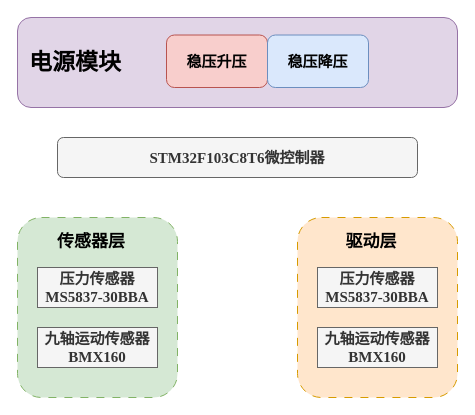
Before: 主板设计.drawio in chiguaren3/drawio_project, a draw.io diagram. Source tidied: cells renumbered, new cells numbered last; positions are measured from the earlier drawing's top-left corner, leaving out a move shared by most shapes. Both pictures are drawn from the tidied source at 100%, with x=0, y=0 at pixel (17, 17).
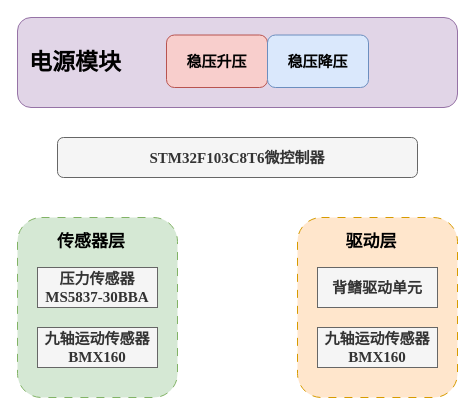
The same page after the edit.

Commit message (it also covers changes not shown here):
更新主板设计.drawio

Change to the diagram source:
```diff
@@
 <mxGraphModel>
   <root>
     <mxCell id="0" />
     <mxCell id="1" parent="0" />
     <mxCell id="2" style="rounded=1;whiteSpace=wrap;html=1;fillColor=#d5e8d4;strokeColor=#82b366;dashed=1;dashPattern=8 8;" parent="1" vertex="1">
       <mxGeometry y="200" width="160" height="180" as="geometry" />
     </mxCell>
     <mxCell id="3" value="&lt;font face=&quot;宋体&quot;&gt;&amp;nbsp; &amp;nbsp;&lt;b&gt;&lt;font style=&quot;font-size: 23px;&quot;&gt;电源模块&lt;/font&gt;&lt;/b&gt;&lt;/font&gt;" style="rounded=1;whiteSpace=wrap;html=1;align=left;fillColor=#e1d5e7;strokeColor=#9673a6;" parent="1" vertex="1">
       <mxGeometry width="440" height="90" as="geometry" />
     </mxCell>
     <mxCell id="4" value="&lt;font style=&quot;font-size: 15px;&quot; face=&quot;宋体&quot;&gt;&lt;b style=&quot;&quot;&gt;稳压升压&lt;/b&gt;&lt;/font&gt;" style="rounded=1;whiteSpace=wrap;html=1;fillColor=#f8cecc;strokeColor=#b85450;" parent="1" vertex="1">
       <mxGeometry x="149" y="17.5" width="101" height="52.5" as="geometry" />
     </mxCell>
     <mxCell id="5" value="&lt;font style=&quot;font-size: 15px;&quot; face=&quot;宋体&quot;&gt;&lt;b style=&quot;&quot;&gt;稳压降压&lt;/b&gt;&lt;/font&gt;" style="rounded=1;whiteSpace=wrap;html=1;fillColor=#dae8fc;strokeColor=#6c8ebf;" parent="1" vertex="1">
       <mxGeometry x="250" y="17.5" width="101" height="52.5" as="geometry" />
     </mxCell>
     <mxCell id="6" value="&lt;font style=&quot;font-size: 15px;&quot;&gt;&lt;b style=&quot;&quot;&gt;&lt;font face=&quot;Times New Roman&quot;&gt;STM32F103C8T6&lt;/font&gt;&lt;font face=&quot;宋体&quot;&gt;微控制器&lt;/font&gt;&lt;/b&gt;&lt;/font&gt;" style="rounded=1;whiteSpace=wrap;html=1;fillColor=#f5f5f5;fontColor=#333333;strokeColor=#666666;" parent="1" vertex="1">
       <mxGeometry x="40" y="120" width="360" height="40" as="geometry" />
     </mxCell>
     <mxCell id="7" value="&lt;b&gt;&lt;font style=&quot;font-size: 15px;&quot; face=&quot;宋体&quot;&gt;压力传感器&lt;/font&gt;&lt;/b&gt;&lt;div&gt;&lt;font style=&quot;font-size: 15px;&quot; face=&quot;Times New Roman&quot;&gt;&lt;b style=&quot;&quot;&gt;MS5837-30BBA&lt;/b&gt;&lt;/font&gt;&lt;/div&gt;" style="rounded=0;whiteSpace=wrap;html=1;fillColor=#f5f5f5;fontColor=#333333;strokeColor=#666666;" parent="1" vertex="1">
       <mxGeometry x="20" y="250" width="120" height="40" as="geometry" />
     </mxCell>
     <mxCell id="8" value="&lt;font face=&quot;宋体&quot;&gt;&lt;span style=&quot;font-size: 15px;&quot;&gt;&lt;b&gt;九轴运动传感器&lt;/b&gt;&lt;/span&gt;&lt;/font&gt;&lt;br&gt;&lt;div&gt;&lt;font style=&quot;font-size: 15px;&quot; face=&quot;Times New Roman&quot;&gt;&lt;b style=&quot;&quot;&gt;BMX160&lt;/b&gt;&lt;/font&gt;&lt;/div&gt;" style="rounded=0;whiteSpace=wrap;html=1;fillColor=#f5f5f5;fontColor=#333333;strokeColor=#666666;" parent="1" vertex="1">
       <mxGeometry x="20" y="310" width="120" height="40" as="geometry" />
     </mxCell>
     <mxCell id="9" value="&lt;font style=&quot;font-size: 17px;&quot; face=&quot;宋体&quot;&gt;&lt;b style=&quot;&quot;&gt;传感器层&lt;/b&gt;&lt;/font&gt;" style="text;html=1;align=center;verticalAlign=middle;whiteSpace=wrap;rounded=0;" parent="1" vertex="1">
       <mxGeometry x="34" y="210" width="80" height="30" as="geometry" />
     </mxCell>
     <mxCell id="10" style="rounded=1;whiteSpace=wrap;html=1;fillColor=#ffe6cc;strokeColor=#d79b00;dashed=1;dashPattern=8 8;" parent="1" vertex="1">
       <mxGeometry x="280" y="200" width="160" height="180" as="geometry" />
     </mxCell>
-    <mxCell id="11" value="&lt;b&gt;&lt;font style=&quot;font-size: 15px;&quot; face=&quot;宋体&quot;&gt;压力传感器&lt;/font&gt;&lt;/b&gt;&lt;div&gt;&lt;font style=&quot;font-size: 15px;&quot; face=&quot;Times New Roman&quot;&gt;&lt;b style=&quot;&quot;&gt;MS5837-30BBA&lt;/b&gt;&lt;/font&gt;&lt;/div&gt;" style="rounded=0;whiteSpace=wrap;html=1;fillColor=#f5f5f5;fontColor=#333333;strokeColor=#666666;" parent="1" vertex="1">
+    <mxCell id="11" value="&lt;font face=&quot;宋体&quot;&gt;&lt;span style=&quot;font-size: 15px;&quot;&gt;&lt;b&gt;背鳍驱动单元&lt;/b&gt;&lt;/span&gt;&lt;/font&gt;" style="rounded=0;whiteSpace=wrap;html=1;fillColor=#f5f5f5;fontColor=#333333;strokeColor=#666666;" parent="1" vertex="1">
       <mxGeometry x="300" y="250" width="120" height="40" as="geometry" />
     </mxCell>
     <mxCell id="12" value="&lt;font face=&quot;宋体&quot;&gt;&lt;span style=&quot;font-size: 15px;&quot;&gt;&lt;b&gt;九轴运动传感器&lt;/b&gt;&lt;/span&gt;&lt;/font&gt;&lt;br&gt;&lt;div&gt;&lt;font style=&quot;font-size: 15px;&quot; face=&quot;Times New Roman&quot;&gt;&lt;b style=&quot;&quot;&gt;BMX160&lt;/b&gt;&lt;/font&gt;&lt;/div&gt;" style="rounded=0;whiteSpace=wrap;html=1;fillColor=#f5f5f5;fontColor=#333333;strokeColor=#666666;" parent="1" vertex="1">
       <mxGeometry x="300" y="310" width="120" height="40" as="geometry" />
     </mxCell>
     <mxCell id="13" value="&lt;font style=&quot;font-size: 17px;&quot; face=&quot;宋体&quot;&gt;&lt;b style=&quot;&quot;&gt;驱动层&lt;/b&gt;&lt;/font&gt;" style="text;html=1;align=center;verticalAlign=middle;whiteSpace=wrap;rounded=0;" parent="1" vertex="1">
       <mxGeometry x="314" y="210" width="80" height="30" as="geometry" />
     </mxCell>
   </root>
 </mxGraphModel>
```
